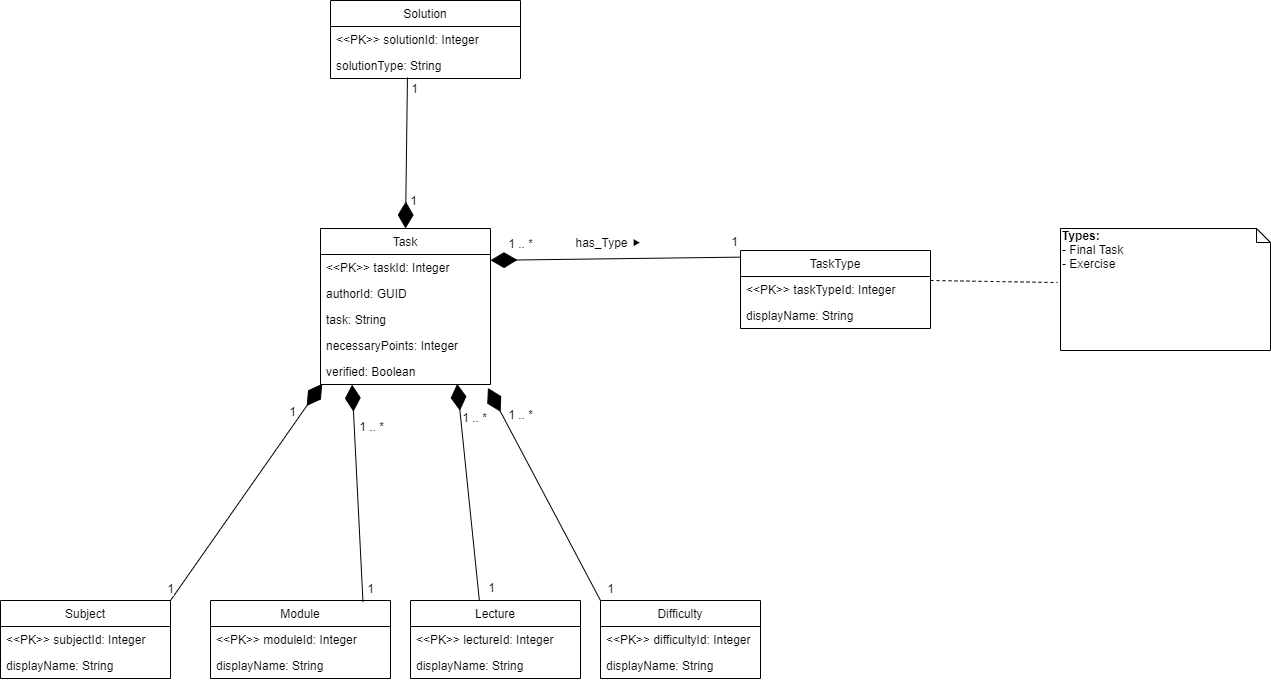
Earlier version of the draw.io export .docs/ER_Diagram_Task_MS_Database.png (E-Edu/task). Source tidied: cells renumbered, new cells last; positions are measured from the earlier drawing's top-left corner, leaving out a move shared by most shapes.
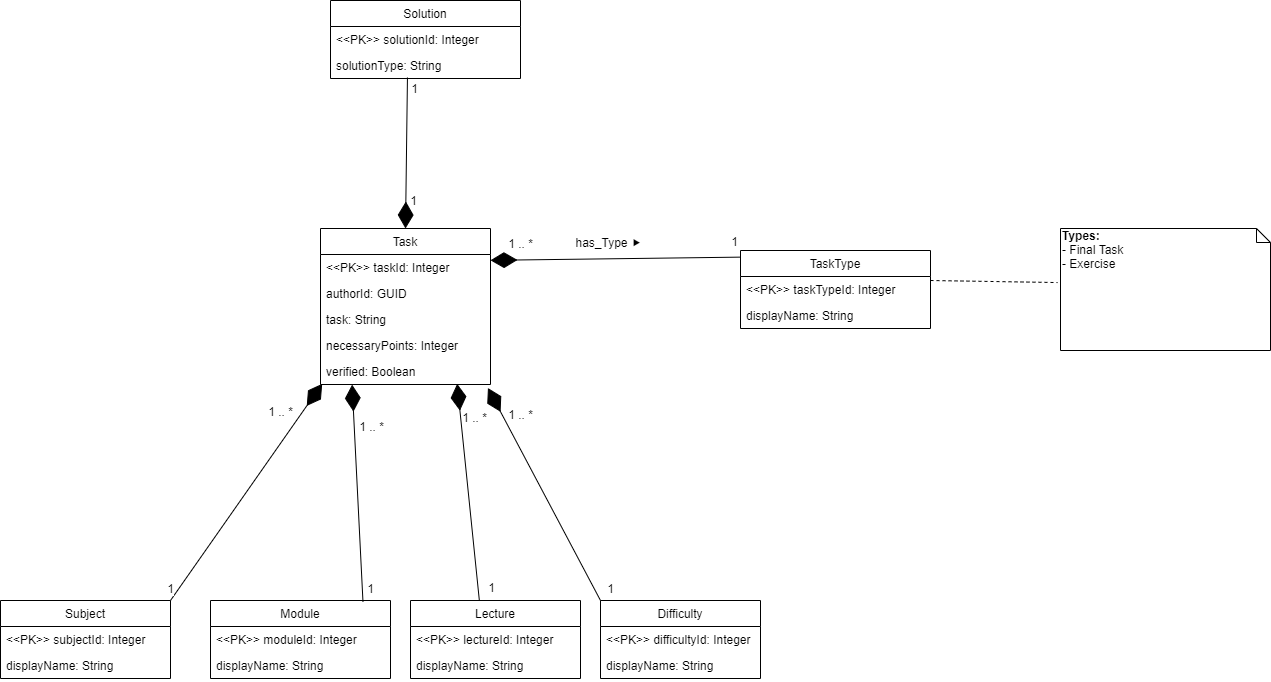
The same diagram one commit later.

Commit message:
Changed relationship between Task and Subject

Diff of the diagram source:
```diff
@@ -63,9 +63,9 @@
     <mxCell id="18" style="endArrow=diamondThin;endFill=1;endSize=24;html=1;exitX=1;exitY=0;exitDx=0;exitDy=0;entryX=0.01;entryY=0.974;entryDx=0;entryDy=0;entryPerimeter=0;" parent="1" edge="1" source="15" target="38">
       <mxGeometry relative="1" as="geometry" />
     </mxCell>
-    <mxCell id="19" value="1" style="text;html=1;align=center;verticalAlign=middle;labelBackgroundColor=#ffffff;" parent="18" vertex="1">
+    <mxCell id="19" value="1 .. *" style="text;html=1;align=center;verticalAlign=middle;labelBackgroundColor=#ffffff;" parent="18" vertex="1">
       <mxGeometry x="0.74" relative="1" as="geometry">
-        <mxPoint x="-11.1" as="offset" />
+        <mxPoint x="-22.5" as="offset" />
       </mxGeometry>
     </mxCell>
     <mxCell id="20" value="1" style="text;html=1;align=center;verticalAlign=middle;labelBackgroundColor=#ffffff;" parent="18" vertex="1">
```
